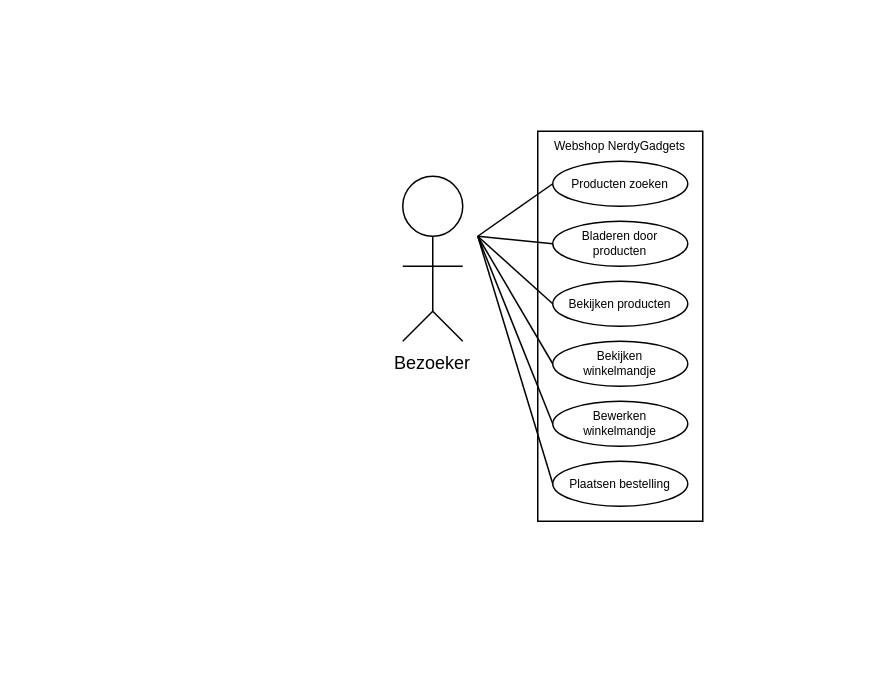
Earlier version of the draw.io diagram docs/diagrams/Use case 2.drawio (YoungSilent/nerdy_gadgets). Source tidied: cells renumbered, new cells numbered last; positions are measured from the earlier drawing's top-left corner, leaving out a move shared by most shapes. Both pictures are drawn from the tidied source at 150%, with x=0, y=0 at pixel (387, 86).
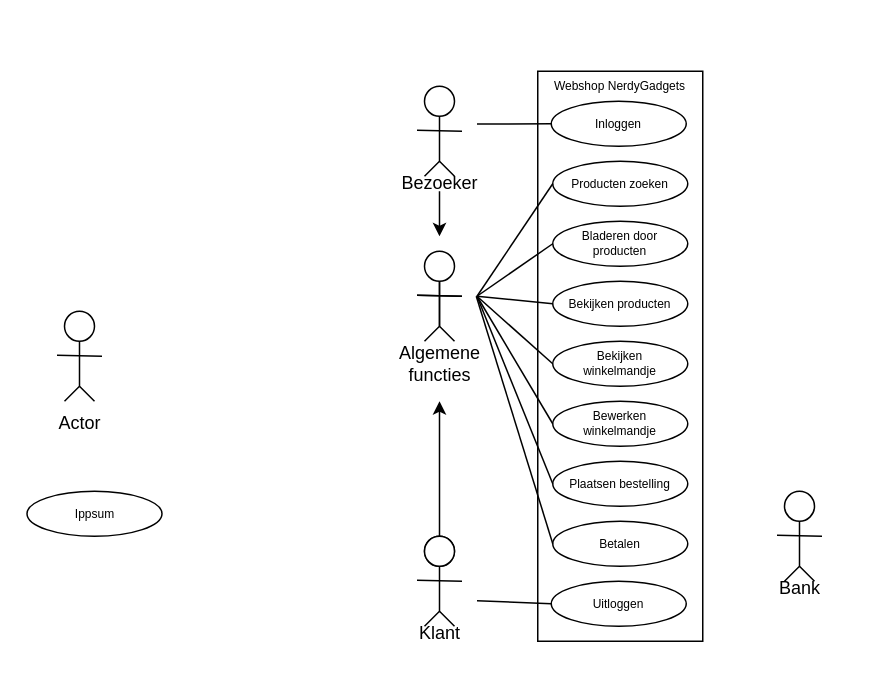
After the change.

Commit message:
Use case v3

Unchanged cells that the change refers to:
```xml
<mxCell id="3" style="ellipse;whiteSpace=wrap;html=1;" parent="1" vertex="1">
  <mxGeometry x="110" y="250" width="90" height="30" as="geometry" />
</mxCell>
<mxCell id="4" style="ellipse;whiteSpace=wrap;html=1;" parent="1" vertex="1">
  <mxGeometry x="110" y="130" width="90" height="30" as="geometry" />
</mxCell>
<mxCell id="9" style="ellipse;whiteSpace=wrap;html=1;" parent="1" vertex="1">
  <mxGeometry x="110" y="90" width="90" height="30" as="geometry" />
</mxCell>
<mxCell id="16" style="ellipse;whiteSpace=wrap;html=1;" parent="1" vertex="1">
  <mxGeometry x="110" y="50" width="90" height="30" as="geometry" />
</mxCell>
<mxCell id="20" style="ellipse;whiteSpace=wrap;html=1;" parent="1" vertex="1">
  <mxGeometry x="110" y="170" width="90" height="30" as="geometry" />
</mxCell>
<mxCell id="21" style="ellipse;whiteSpace=wrap;html=1;" parent="1" vertex="1">
  <mxGeometry x="110" y="210" width="90" height="30" as="geometry" />
</mxCell>
```

Change to the diagram source:
```diff
@@
     <mxCell id="2" style="rounded=0;whiteSpace=wrap;html=1;" parent="1" vertex="1">
-      <mxGeometry x="100" y="30" width="110" height="260" as="geometry" />
+      <mxGeometry x="100" y="-10" width="110" height="380" as="geometry" />
     </mxCell>
@@
-    <mxCell id="5" style="ellipse;whiteSpace=wrap;html=1;" parent="1" vertex="1">
-      <mxGeometry x="10" y="60" width="40" height="40" as="geometry" />
-    </mxCell>
-    <mxCell id="6" style="endArrow=none;html=1;rounded=0;entryX=0.5;entryY=1;entryDx=0;entryDy=0;" parent="1" edge="1" target="5">
-      <mxGeometry relative="1" as="geometry">
-        <mxPoint x="30" y="150" as="sourcePoint" />
-      </mxGeometry>
-    </mxCell>
-    <mxCell id="7" style="endArrow=none;html=1;rounded=0;" parent="1" edge="1">
-      <mxGeometry relative="1" as="geometry">
-        <mxPoint x="10" y="120" as="sourcePoint" />
-        <mxPoint x="50" y="120" as="targetPoint" />
-        <Array as="points">
-          <mxPoint x="30" y="120" />
-        </Array>
-      </mxGeometry>
-    </mxCell>
-    <mxCell id="8" style="endArrow=none;html=1;rounded=0;" parent="1" edge="1">
-      <mxGeometry relative="1" as="geometry">
-        <mxPoint x="10" y="170" as="sourcePoint" />
-        <mxPoint x="50" y="170" as="targetPoint" />
-        <Array as="points">
-          <mxPoint x="30" y="150" />
-        </Array>
-      </mxGeometry>
-    </mxCell>
@@
     <mxCell id="10" style="endArrow=none;html=1;rounded=0;entryX=0;entryY=0.5;entryDx=0;entryDy=0;" parent="1" edge="1" target="9">
       <mxGeometry relative="1" as="geometry">
-        <mxPoint x="60" y="100" as="sourcePoint" />
+        <mxPoint x="59.5" y="140" as="sourcePoint" />
       </mxGeometry>
     </mxCell>
     <mxCell id="11" value="Webshop NerdyGadgets" style="text;html=1;strokeColor=none;fillColor=none;align=center;verticalAlign=middle;whiteSpace=wrap;rounded=0;fontSize=8;" parent="1" vertex="1">
-      <mxGeometry x="80" width="150" height="80" as="geometry" />
+      <mxGeometry x="79.5" y="-40" width="150" height="80" as="geometry" />
     </mxCell>
@@
-    <mxCell id="14" value="Bezoeker" style="text;html=1;strokeColor=none;fillColor=none;align=center;verticalAlign=middle;whiteSpace=wrap;rounded=0;" parent="1" vertex="1">
-      <mxGeometry y="170" width="60" height="30" as="geometry" />
+    <mxCell id="14" value="Actor&lt;br&gt;" style="text;html=1;strokeColor=none;fillColor=none;align=center;verticalAlign=middle;whiteSpace=wrap;rounded=0;" parent="1" vertex="1">
+      <mxGeometry x="-235.5" y="210" width="60" height="30" as="geometry" />
     </mxCell>
     <mxCell id="15" style="endArrow=none;html=1;rounded=0;entryX=0;entryY=0.5;entryDx=0;entryDy=0;" parent="1" edge="1" target="4">
       <mxGeometry relative="1" as="geometry">
-        <mxPoint x="60" y="100" as="sourcePoint" />
+        <mxPoint x="59.5" y="140" as="sourcePoint" />
       </mxGeometry>
     </mxCell>
@@
     <mxCell id="18" style="endArrow=none;html=1;rounded=0;entryX=0;entryY=0.5;entryDx=0;entryDy=0;" parent="1" edge="1" target="16">
       <mxGeometry relative="1" as="geometry">
-        <mxPoint x="60" y="100" as="sourcePoint" />
+        <mxPoint x="59.5" y="140" as="sourcePoint" />
       </mxGeometry>
     </mxCell>
     <mxCell id="19" style="endArrow=none;html=1;rounded=0;exitX=0;exitY=0.5;exitDx=0;exitDy=0;" parent="1" edge="1" source="20">
       <mxGeometry relative="1" as="geometry">
-        <mxPoint x="60" y="100" as="targetPoint" />
+        <mxPoint x="59.5" y="140" as="targetPoint" />
       </mxGeometry>
     </mxCell>
@@
     <mxCell id="22" style="endArrow=none;html=1;rounded=0;exitX=0;exitY=0.5;exitDx=0;exitDy=0;" parent="1" edge="1" source="21">
       <mxGeometry relative="1" as="geometry">
-        <mxPoint x="60" y="100" as="targetPoint" />
+        <mxPoint x="59.5" y="140" as="targetPoint" />
       </mxGeometry>
     </mxCell>
@@
     <mxCell id="26" style="endArrow=none;html=1;rounded=0;exitX=0;exitY=0.5;exitDx=0;exitDy=0;" parent="1" edge="1" source="3">
       <mxGeometry relative="1" as="geometry">
-        <mxPoint x="60" y="100" as="targetPoint" />
+        <mxPoint x="59.5" y="140" as="targetPoint" />
       </mxGeometry>
     </mxCell>
+    <mxCell id="27" style="endArrow=none;html=1;rounded=0;entryX=0.5;entryY=1;entryDx=0;entryDy=0;" parent="1" edge="1">
+      <mxGeometry relative="1" as="geometry">
+        <mxPoint x="34.5" y="160" as="sourcePoint" />
+        <mxPoint x="34.5" y="130" as="targetPoint" />
+        <Array as="points">
+          <mxPoint x="34.5" y="150" />
+        </Array>
+      </mxGeometry>
+    </mxCell>
+    <mxCell id="28" style="endArrow=none;html=1;rounded=0;" parent="1" edge="1">
+      <mxGeometry relative="1" as="geometry">
+        <mxPoint x="19.5" y="139.4" as="sourcePoint" />
+        <mxPoint x="49.5" y="140" as="targetPoint" />
+      </mxGeometry>
+    </mxCell>
+    <mxCell id="29" style="ellipse;whiteSpace=wrap;html=1;" parent="1" vertex="1">
+      <mxGeometry x="110" y="290" width="90" height="30" as="geometry" />
+    </mxCell>
+    <mxCell id="30" value="Betalen" style="text;html=1;strokeColor=none;fillColor=none;align=center;verticalAlign=middle;whiteSpace=wrap;rounded=0;fontSize=8;" parent="1" vertex="1">
+      <mxGeometry x="115" y="290" width="80" height="30" as="geometry" />
+    </mxCell>
+    <mxCell id="31" style="ellipse;whiteSpace=wrap;html=1;" parent="1" vertex="1">
+      <mxGeometry x="-240.5" y="270" width="90" height="30" as="geometry" />
+    </mxCell>
+    <mxCell id="32" value="Ippsum" style="text;html=1;strokeColor=none;fillColor=none;align=center;verticalAlign=middle;whiteSpace=wrap;rounded=0;fontSize=8;" parent="1" vertex="1">
+      <mxGeometry x="-235.5" y="270" width="80" height="30" as="geometry" />
+    </mxCell>
+    <mxCell id="33" style="edgeStyle=orthogonalEdgeStyle;rounded=0;orthogonalLoop=1;jettySize=auto;html=1;" parent="1" edge="1">
+      <mxGeometry relative="1" as="geometry">
+        <mxPoint x="34.5" y="70" as="sourcePoint" />
+        <mxPoint x="34.5" y="100" as="targetPoint" />
+      </mxGeometry>
+    </mxCell>
+    <mxCell id="34" style="ellipse;whiteSpace=wrap;html=1;" parent="1" vertex="1">
+      <mxGeometry x="24.5" width="20" height="20" as="geometry" />
+    </mxCell>
+    <mxCell id="35" style="endArrow=none;html=1;rounded=0;entryX=0.5;entryY=1;entryDx=0;entryDy=0;" parent="1" edge="1" target="34">
+      <mxGeometry relative="1" as="geometry">
+        <mxPoint x="34.5" y="50" as="sourcePoint" />
+        <Array as="points">
+          <mxPoint x="34.5" y="40" />
+        </Array>
+      </mxGeometry>
+    </mxCell>
+    <mxCell id="36" style="endArrow=none;html=1;rounded=0;" parent="1" edge="1">
+      <mxGeometry relative="1" as="geometry">
+        <mxPoint x="19.5" y="29.4" as="sourcePoint" />
+        <mxPoint x="49.5" y="30" as="targetPoint" />
+      </mxGeometry>
+    </mxCell>
+    <mxCell id="37" style="endArrow=none;html=1;rounded=0;" parent="1" edge="1">
+      <mxGeometry relative="1" as="geometry">
+        <mxPoint x="24.5" y="60" as="sourcePoint" />
+        <mxPoint x="44.5" y="60" as="targetPoint" />
+        <Array as="points">
+          <mxPoint x="34.5" y="50" />
+        </Array>
+      </mxGeometry>
+    </mxCell>
+    <mxCell id="38" style="edgeStyle=orthogonalEdgeStyle;rounded=0;jettySize=auto;html=1;" parent="1" edge="1" source="39">
+      <mxGeometry relative="1" as="geometry">
+        <mxPoint x="34.5" y="210" as="targetPoint" />
+      </mxGeometry>
+    </mxCell>
+    <mxCell id="39" style="ellipse;whiteSpace=wrap;html=1;" parent="1" vertex="1">
+      <mxGeometry x="24.5" y="300" width="20" height="20" as="geometry" />
+    </mxCell>
+    <mxCell id="40" style="ellipse;whiteSpace=wrap;html=1;" parent="1" vertex="1">
+      <mxGeometry x="109" y="10" width="90" height="30" as="geometry" />
+    </mxCell>
+    <mxCell id="41" value="Inloggen" style="text;html=1;strokeColor=none;fillColor=none;align=center;verticalAlign=middle;whiteSpace=wrap;rounded=0;fontSize=8;" parent="1" vertex="1">
+      <mxGeometry x="114" y="10" width="80" height="30" as="geometry" />
+    </mxCell>
+    <mxCell id="42" value="Bezoeker&lt;br&gt;" style="text;html=1;strokeColor=none;fillColor=none;align=center;verticalAlign=middle;whiteSpace=wrap;rounded=0;" parent="1" vertex="1">
+      <mxGeometry x="4.5" y="50" width="60" height="30" as="geometry" />
+    </mxCell>
+    <mxCell id="43" style="endArrow=none;html=1;rounded=0;" parent="1" edge="1">
+      <mxGeometry relative="1" as="geometry">
+        <mxPoint x="59.5" y="25.2" as="sourcePoint" />
+        <mxPoint x="109.5" y="25" as="targetPoint" />
+      </mxGeometry>
+    </mxCell>
+    <mxCell id="44" style="endArrow=none;html=1;rounded=0;exitX=0;exitY=0.5;exitDx=0;exitDy=0;" parent="1" edge="1" source="29">
+      <mxGeometry relative="1" as="geometry">
+        <mxPoint x="59" y="140" as="targetPoint" />
+      </mxGeometry>
+    </mxCell>
+    <mxCell id="45" style="ellipse;whiteSpace=wrap;html=1;" parent="1" vertex="1">
+      <mxGeometry x="109" y="330" width="90" height="30" as="geometry" />
+    </mxCell>
+    <mxCell id="46" value="Uitloggen" style="text;html=1;strokeColor=none;fillColor=none;align=center;verticalAlign=middle;whiteSpace=wrap;rounded=0;fontSize=8;" parent="1" vertex="1">
+      <mxGeometry x="114" y="330" width="80" height="30" as="geometry" />
+    </mxCell>
+    <mxCell id="47" style="endArrow=none;html=1;rounded=0;entryX=0;entryY=0.5;entryDx=0;entryDy=0;" parent="1" edge="1" target="45">
+      <mxGeometry relative="1" as="geometry">
+        <mxPoint x="59.5" y="343" as="sourcePoint" />
+      </mxGeometry>
+    </mxCell>
+    <mxCell id="48" style="ellipse;whiteSpace=wrap;html=1;" parent="1" vertex="1">
+      <mxGeometry x="-215.5" y="150" width="20" height="20" as="geometry" />
+    </mxCell>
+    <mxCell id="49" style="endArrow=none;html=1;rounded=0;entryX=0.5;entryY=1;entryDx=0;entryDy=0;" parent="1" edge="1" target="48">
+      <mxGeometry relative="1" as="geometry">
+        <mxPoint x="-205.5" y="200" as="sourcePoint" />
+        <Array as="points">
+          <mxPoint x="-205.5" y="190" />
+        </Array>
+      </mxGeometry>
+    </mxCell>
+    <mxCell id="50" style="endArrow=none;html=1;rounded=0;" parent="1" edge="1">
+      <mxGeometry relative="1" as="geometry">
+        <mxPoint x="-220.5" y="179.4" as="sourcePoint" />
+        <mxPoint x="-190.5" y="180" as="targetPoint" />
+      </mxGeometry>
+    </mxCell>
+    <mxCell id="51" style="endArrow=none;html=1;rounded=0;" parent="1" edge="1">
+      <mxGeometry relative="1" as="geometry">
+        <mxPoint x="-215.5" y="210" as="sourcePoint" />
+        <mxPoint x="-195.5" y="210" as="targetPoint" />
+        <Array as="points">
+          <mxPoint x="-205.5" y="200" />
+        </Array>
+      </mxGeometry>
+    </mxCell>
+    <mxCell id="52" value="Bank" style="text;html=1;strokeColor=none;fillColor=none;align=center;verticalAlign=middle;whiteSpace=wrap;rounded=0;" parent="1" vertex="1">
+      <mxGeometry x="244.5" y="320" width="60" height="30" as="geometry" />
+    </mxCell>
+    <mxCell id="53" style="ellipse;whiteSpace=wrap;html=1;" parent="1" vertex="1">
+      <mxGeometry x="264.5" y="270" width="20" height="20" as="geometry" />
+    </mxCell>
+    <mxCell id="54" style="endArrow=none;html=1;rounded=0;entryX=0.5;entryY=1;entryDx=0;entryDy=0;" parent="1" edge="1" target="53">
+      <mxGeometry relative="1" as="geometry">
+        <mxPoint x="274.5" y="320" as="sourcePoint" />
+        <Array as="points">
+          <mxPoint x="274.5" y="310" />
+        </Array>
+      </mxGeometry>
+    </mxCell>
+    <mxCell id="55" style="endArrow=none;html=1;rounded=0;" parent="1" edge="1">
+      <mxGeometry relative="1" as="geometry">
+        <mxPoint x="259.5" y="299.4" as="sourcePoint" />
+        <mxPoint x="289.5" y="300" as="targetPoint" />
+      </mxGeometry>
+    </mxCell>
+    <mxCell id="56" style="endArrow=none;html=1;rounded=0;" parent="1" edge="1">
+      <mxGeometry relative="1" as="geometry">
+        <mxPoint x="264.5" y="330" as="sourcePoint" />
+        <mxPoint x="284.5" y="330" as="targetPoint" />
+        <Array as="points">
+          <mxPoint x="274.5" y="320" />
+        </Array>
+      </mxGeometry>
+    </mxCell>
+    <mxCell id="57" value="Klant" style="text;html=1;strokeColor=none;fillColor=none;align=center;verticalAlign=middle;whiteSpace=wrap;rounded=0;" parent="1" vertex="1">
+      <mxGeometry x="4.5" y="350" width="60" height="30" as="geometry" />
+    </mxCell>
+    <mxCell id="58" style="ellipse;whiteSpace=wrap;html=1;" parent="1" vertex="1">
+      <mxGeometry x="24.5" y="300" width="20" height="20" as="geometry" />
+    </mxCell>
+    <mxCell id="59" style="endArrow=none;html=1;rounded=0;entryX=0.5;entryY=1;entryDx=0;entryDy=0;" parent="1" edge="1" target="58">
+      <mxGeometry relative="1" as="geometry">
+        <mxPoint x="34.5" y="350" as="sourcePoint" />
+        <Array as="points">
+          <mxPoint x="34.5" y="340" />
+        </Array>
+      </mxGeometry>
+    </mxCell>
+    <mxCell id="60" style="endArrow=none;html=1;rounded=0;" parent="1" edge="1">
+      <mxGeometry relative="1" as="geometry">
+        <mxPoint x="19.5" y="329.4" as="sourcePoint" />
+        <mxPoint x="49.5" y="330" as="targetPoint" />
+      </mxGeometry>
+    </mxCell>
+    <mxCell id="61" style="endArrow=none;html=1;rounded=0;" parent="1" edge="1">
+      <mxGeometry relative="1" as="geometry">
+        <mxPoint x="24.5" y="360" as="sourcePoint" />
+        <mxPoint x="44.5" y="360" as="targetPoint" />
+        <Array as="points">
+          <mxPoint x="34.5" y="350" />
+        </Array>
+      </mxGeometry>
+    </mxCell>
+    <mxCell id="62" style="endArrow=none;html=1;rounded=0;" parent="1" edge="1" target="63">
+      <mxGeometry relative="1" as="geometry">
+        <mxPoint x="24.5" y="170" as="sourcePoint" />
+      </mxGeometry>
+    </mxCell>
+    <mxCell id="63" value="Algemene functies" style="text;html=1;strokeColor=none;fillColor=none;align=center;verticalAlign=middle;whiteSpace=wrap;rounded=0;" parent="1" vertex="1">
+      <mxGeometry x="4.5" y="170" width="60" height="30" as="geometry" />
+    </mxCell>
+    <mxCell id="64" style="ellipse;whiteSpace=wrap;html=1;" parent="1" vertex="1">
+      <mxGeometry x="24.5" y="110" width="20" height="20" as="geometry" />
+    </mxCell>
+    <mxCell id="65" style="endArrow=none;html=1;rounded=0;entryX=0.5;entryY=1;entryDx=0;entryDy=0;" parent="1" edge="1" target="64">
+      <mxGeometry relative="1" as="geometry">
+        <mxPoint x="34.5" y="160" as="sourcePoint" />
+        <Array as="points">
+          <mxPoint x="34.5" y="150" />
+        </Array>
+      </mxGeometry>
+    </mxCell>
+    <mxCell id="66" style="endArrow=none;html=1;rounded=0;" parent="1" edge="1">
+      <mxGeometry relative="1" as="geometry">
+        <mxPoint x="19.5" y="139.4" as="sourcePoint" />
+        <mxPoint x="49.5" y="140" as="targetPoint" />
+      </mxGeometry>
+    </mxCell>
+    <mxCell id="67" style="endArrow=none;html=1;rounded=0;" parent="1" edge="1">
+      <mxGeometry relative="1" as="geometry">
+        <mxPoint x="24.5" y="170" as="sourcePoint" />
+        <mxPoint x="44.5" y="170" as="targetPoint" />
+        <Array as="points">
+          <mxPoint x="34.5" y="160" />
+        </Array>
+      </mxGeometry>
+    </mxCell>
```
